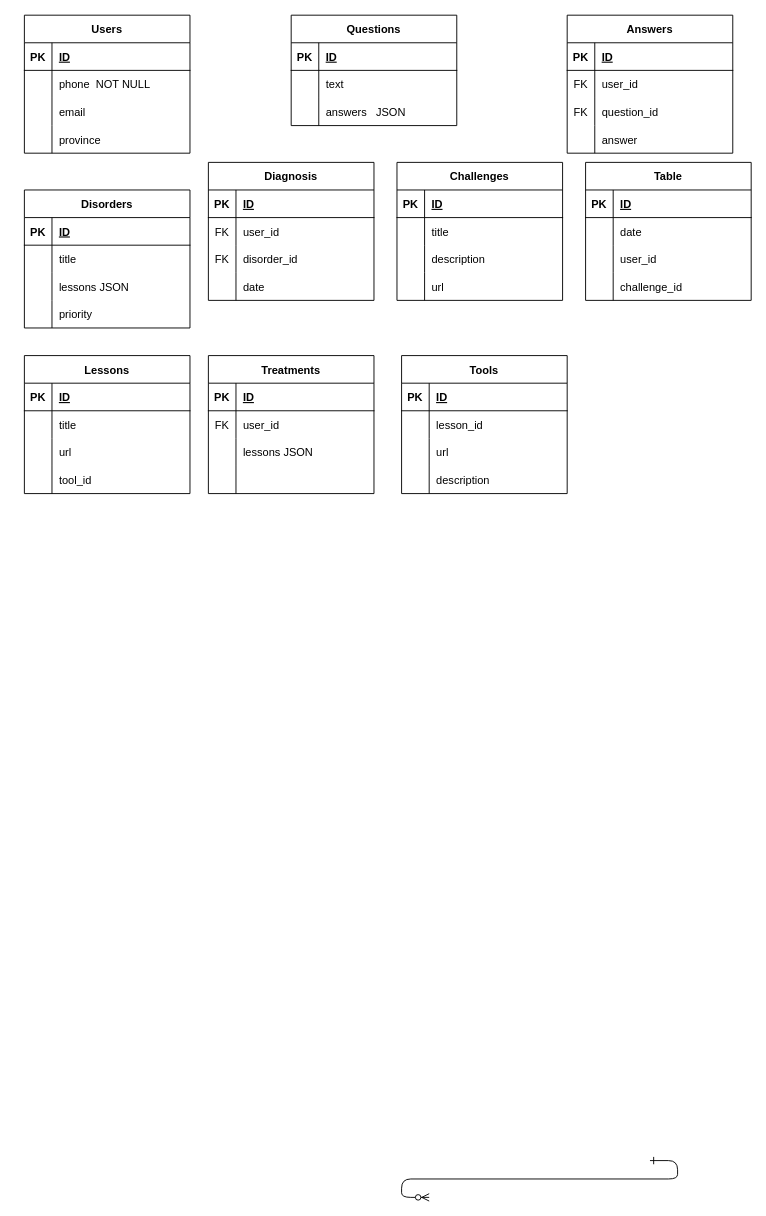
The draw.io diagram Untitled Diagram.drawio in hmpsl99/blue_back, before the edit. Source tidied: cells renumbered, new cells numbered last; positions are measured from the earlier drawing's top-left corner, leaving out a move shared by most shapes. Both pictures are drawn from the tidied source at 92%, with x=0, y=0 at pixel (24, 15).
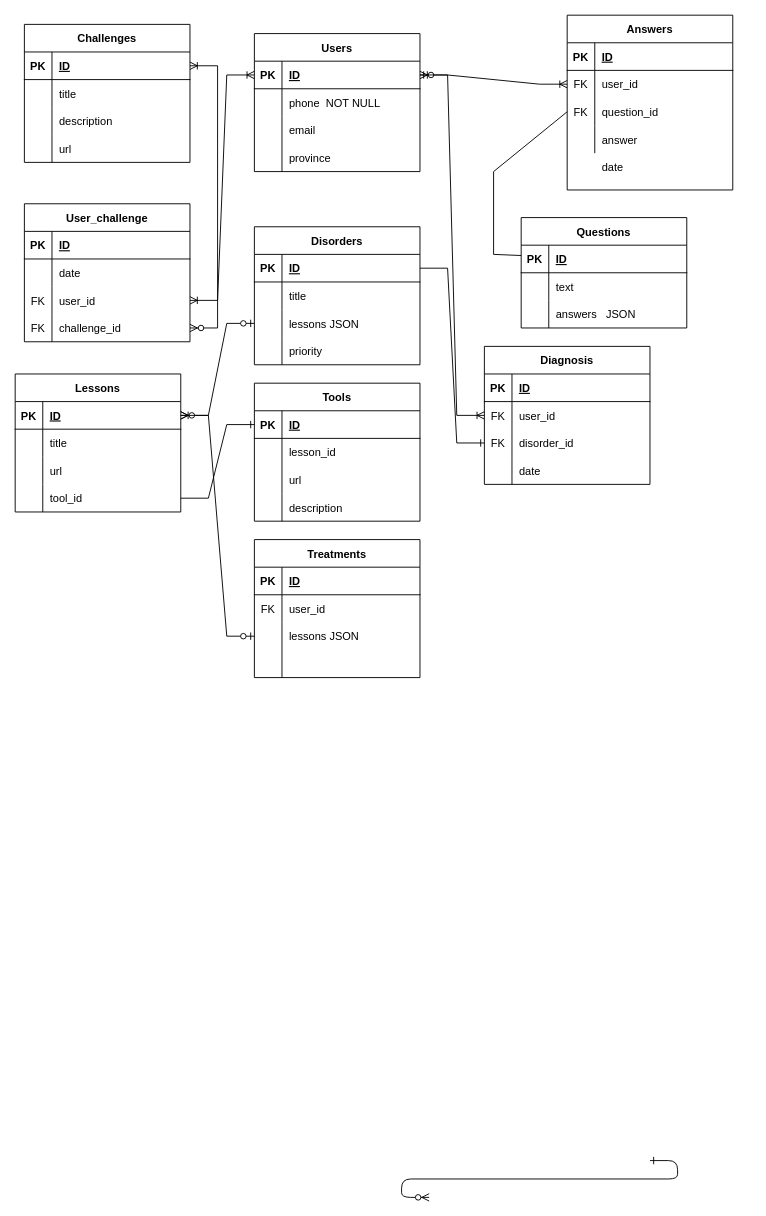
The same page after the edit.

The change refers to these unchanged cells:
```xml
<mxCell id="4" style="shape=tableRow;horizontal=0;startSize=0;swimlaneHead=0;swimlaneBody=0;fillColor=none;points=[[0,0.5],[1,0.5]];portConstraint=eastwest;top=0;left=0;right=0;bottom=1;" parent="3" vertex="1">
  <mxGeometry y="30" width="180" height="30" as="geometry" />
</mxCell>
<mxCell id="17" style="shape=tableRow;horizontal=0;startSize=0;swimlaneHead=0;swimlaneBody=0;fillColor=none;points=[[0,0.5],[1,0.5]];portConstraint=eastwest;top=0;left=0;right=0;bottom=1;" parent="16" vertex="1">
  <mxGeometry y="30" width="180" height="30" as="geometry" />
</mxCell>
<mxCell id="30" style="shape=tableRow;horizontal=0;startSize=0;swimlaneHead=0;swimlaneBody=0;fillColor=none;points=[[0,0.5],[1,0.5]];portConstraint=eastwest;top=0;left=0;right=0;bottom=0;" parent="26" vertex="1">
  <mxGeometry y="60" width="180" height="30" as="geometry" />
</mxCell>
<mxCell id="33" style="shape=tableRow;horizontal=0;startSize=0;swimlaneHead=0;swimlaneBody=0;fillColor=none;points=[[0,0.5],[1,0.5]];portConstraint=eastwest;top=0;left=0;right=0;bottom=0;" parent="26" vertex="1">
  <mxGeometry y="90" width="180" height="30" as="geometry" />
</mxCell>
<mxCell id="40" style="shape=tableRow;horizontal=0;startSize=0;swimlaneHead=0;swimlaneBody=0;fillColor=none;points=[[0,0.5],[1,0.5]];portConstraint=eastwest;top=0;left=0;right=0;bottom=1;" parent="39" vertex="1">
  <mxGeometry y="30" width="180" height="30" as="geometry" />
</mxCell>
<mxCell id="46" style="shape=tableRow;horizontal=0;startSize=0;swimlaneHead=0;swimlaneBody=0;fillColor=none;points=[[0,0.5],[1,0.5]];portConstraint=eastwest;top=0;left=0;right=0;bottom=0;" parent="39" vertex="1">
  <mxGeometry y="90" width="180" height="30" as="geometry" />
</mxCell>
<mxCell id="56" style="shape=tableRow;horizontal=0;startSize=0;swimlaneHead=0;swimlaneBody=0;fillColor=none;points=[[0,0.5],[1,0.5]];portConstraint=eastwest;top=0;left=0;right=0;bottom=0;" parent="52" vertex="1">
  <mxGeometry y="60" width="180" height="30" as="geometry" />
</mxCell>
<mxCell id="59" style="shape=tableRow;horizontal=0;startSize=0;swimlaneHead=0;swimlaneBody=0;fillColor=none;points=[[0,0.5],[1,0.5]];portConstraint=eastwest;top=0;left=0;right=0;bottom=0;" parent="52" vertex="1">
  <mxGeometry y="90" width="180" height="30" as="geometry" />
</mxCell>
<mxCell id="66" style="shape=tableRow;horizontal=0;startSize=0;swimlaneHead=0;swimlaneBody=0;fillColor=none;points=[[0,0.5],[1,0.5]];portConstraint=eastwest;top=0;left=0;right=0;bottom=1;" parent="65" vertex="1">
  <mxGeometry y="30" width="180" height="30" as="geometry" />
</mxCell>
<mxCell id="79" style="shape=tableRow;horizontal=0;startSize=0;swimlaneHead=0;swimlaneBody=0;fillColor=none;points=[[0,0.5],[1,0.5]];portConstraint=eastwest;top=0;left=0;right=0;bottom=1;" parent="78" vertex="1">
  <mxGeometry y="30" width="180" height="30" as="geometry" />
</mxCell>
<mxCell id="88" style="shape=tableRow;horizontal=0;startSize=0;swimlaneHead=0;swimlaneBody=0;fillColor=none;points=[[0,0.5],[1,0.5]];portConstraint=eastwest;top=0;left=0;right=0;bottom=0;" parent="78" vertex="1">
  <mxGeometry y="120" width="180" height="30" as="geometry" />
</mxCell>
<mxCell id="98" style="shape=tableRow;horizontal=0;startSize=0;swimlaneHead=0;swimlaneBody=0;fillColor=none;points=[[0,0.5],[1,0.5]];portConstraint=eastwest;top=0;left=0;right=0;bottom=0;" parent="91" vertex="1">
  <mxGeometry y="90" width="180" height="30" as="geometry" />
</mxCell>
<mxCell id="105" style="shape=tableRow;horizontal=0;startSize=0;swimlaneHead=0;swimlaneBody=0;fillColor=none;points=[[0,0.5],[1,0.5]];portConstraint=eastwest;top=0;left=0;right=0;bottom=1;" parent="104" vertex="1">
  <mxGeometry y="30" width="180" height="30" as="geometry" />
</mxCell>
<mxCell id="124" style="shape=tableRow;horizontal=0;startSize=0;swimlaneHead=0;swimlaneBody=0;fillColor=none;points=[[0,0.5],[1,0.5]];portConstraint=eastwest;top=0;left=0;right=0;bottom=0;" parent="117" vertex="1">
  <mxGeometry y="90" width="180" height="30" as="geometry" />
</mxCell>
<mxCell id="127" style="shape=tableRow;horizontal=0;startSize=0;swimlaneHead=0;swimlaneBody=0;fillColor=none;points=[[0,0.5],[1,0.5]];portConstraint=eastwest;top=0;left=0;right=0;bottom=0;" parent="117" vertex="1">
  <mxGeometry y="120" width="180" height="30" as="geometry" />
</mxCell>
```

The edit, as a diff of the source:
```diff
@@
     <mxCell id="3" value="Users" style="shape=table;startSize=30;childLayout=tableLayout;rowLines=0;fontStyle=1;align=center;" parent="1" vertex="1">
-      <mxGeometry width="180" height="150" as="geometry" />
+      <mxGeometry x="250" y="20" width="180" height="150" as="geometry" />
     </mxCell>
@@
     <mxCell id="16" value="Questions" style="shape=table;startSize=30;childLayout=tableLayout;rowLines=0;fontStyle=1;align=center;" parent="1" vertex="1">
-      <mxGeometry x="290" width="180" height="120" as="geometry" />
+      <mxGeometry x="540" y="220" width="180" height="120" as="geometry" />
     </mxCell>
@@
     <mxCell id="26" value="Answers" style="shape=table;startSize=30;childLayout=tableLayout;rowLines=0;fontStyle=1;align=center;" parent="1" vertex="1">
-      <mxGeometry x="590" width="180" height="150" as="geometry" />
+      <mxGeometry x="590" width="180" height="190" as="geometry" />
     </mxCell>
@@
     <mxCell id="39" value="Disorders" style="shape=table;startSize=30;childLayout=tableLayout;rowLines=0;fontStyle=1;align=center;" parent="1" vertex="1">
-      <mxGeometry y="190" width="180" height="150" as="geometry" />
+      <mxGeometry x="250" y="230" width="180" height="150" as="geometry" />
     </mxCell>
@@
     <mxCell id="52" value="Diagnosis" style="shape=table;startSize=30;childLayout=tableLayout;rowLines=0;fontStyle=1;align=center;" parent="1" vertex="1">
-      <mxGeometry x="200" y="160" width="180" height="150" as="geometry" />
+      <mxGeometry x="500" y="360" width="180" height="150" as="geometry" />
     </mxCell>
@@
     <mxCell id="65" value="Challenges" style="shape=table;startSize=30;childLayout=tableLayout;rowLines=0;fontStyle=1;align=center;" parent="1" vertex="1">
-      <mxGeometry x="405" y="160" width="180" height="150" as="geometry" />
+      <mxGeometry y="10" width="180" height="150" as="geometry" />
     </mxCell>
@@
     <mxCell id="78" value="Lessons" style="shape=table;startSize=30;childLayout=tableLayout;rowLines=0;fontStyle=1;align=center;" parent="1" vertex="1">
-      <mxGeometry y="370" width="180" height="150" as="geometry" />
+      <mxGeometry x="-10" y="390" width="180" height="150" as="geometry" />
     </mxCell>
@@
     <mxCell id="91" value="Treatments" style="shape=table;startSize=30;childLayout=tableLayout;rowLines=0;fontStyle=1;align=center;" parent="1" vertex="1">
-      <mxGeometry x="200" y="370" width="180" height="150" as="geometry" />
+      <mxGeometry x="250" y="570" width="180" height="150" as="geometry" />
     </mxCell>
@@
     <mxCell id="104" value="Tools" style="shape=table;startSize=30;childLayout=tableLayout;rowLines=0;fontStyle=1;align=center;" parent="1" vertex="1">
-      <mxGeometry x="410" y="370" width="180" height="150" as="geometry" />
+      <mxGeometry x="250" y="400" width="180" height="150" as="geometry" />
     </mxCell>
@@
-    <mxCell id="117" value="Table" style="shape=table;startSize=30;childLayout=tableLayout;rowLines=0;fontStyle=1;align=center;" parent="1" vertex="1">
-      <mxGeometry x="610" y="160" width="180" height="150" as="geometry" />
+    <mxCell id="117" value="User_challenge" style="shape=table;startSize=30;childLayout=tableLayout;rowLines=0;fontStyle=1;align=center;" parent="1" vertex="1">
+      <mxGeometry y="205" width="180" height="150" as="geometry" />
     </mxCell>
@@
-    <mxCell id="125" style="shape=partialRectangle;fillColor=none;top=0;left=0;bottom=0;right=0;overflow=hidden;" parent="124" vertex="1">
+    <mxCell id="125" value="FK" style="shape=partialRectangle;fillColor=none;top=0;left=0;bottom=0;right=0;overflow=hidden;" parent="124" vertex="1">
       <mxGeometry width="30" height="30" as="geometry" />
     </mxCell>
@@
-    <mxCell id="128" style="shape=partialRectangle;fillColor=none;top=0;left=0;bottom=0;right=0;overflow=hidden;" parent="127" vertex="1">
+    <mxCell id="128" value="FK" style="shape=partialRectangle;fillColor=none;top=0;left=0;bottom=0;right=0;overflow=hidden;" parent="127" vertex="1">
       <mxGeometry width="30" height="30" as="geometry" />
     </mxCell>
@@
+    <mxCell id="130" value="date" style="shape=partialRectangle;fillColor=none;top=0;left=0;bottom=0;right=0;align=left;spacingLeft=6;overflow=hidden;" parent="1" vertex="1">
+      <mxGeometry x="620" y="150" width="150" height="30" as="geometry" />
+    </mxCell>
+    <mxCell id="131" style="edgeStyle=entityRelationEdgeStyle;fontSize=12;html=1;endArrow=ERzeroToMany;startArrow=ERzeroToOne;rounded=0;exitX=0;exitY=0.5;exitDx=0;exitDy=0;" parent="1" edge="1" source="46" target="79">
+      <mxGeometry relative="1" as="geometry" />
+    </mxCell>
+    <mxCell id="132" style="edgeStyle=entityRelationEdgeStyle;fontSize=12;html=1;endArrow=ERone;endFill=1;rounded=0;" parent="1" edge="1" source="88" target="105">
+      <mxGeometry relative="1" as="geometry" />
+    </mxCell>
+    <mxCell id="133" style="edgeStyle=entityRelationEdgeStyle;fontSize=12;html=1;endArrow=ERone;endFill=1;rounded=0;exitX=1;exitY=0.5;exitDx=0;exitDy=0;" parent="1" edge="1" source="40" target="59">
+      <mxGeometry relative="1" as="geometry" />
+    </mxCell>
+    <mxCell id="134" style="edgeStyle=entityRelationEdgeStyle;fontSize=12;html=1;endArrow=ERoneToMany;startArrow=ERzeroToOne;rounded=0;exitX=1;exitY=0.5;exitDx=0;exitDy=0;" parent="1" edge="1" source="4" target="56">
+      <mxGeometry relative="1" as="geometry" />
+    </mxCell>
+    <mxCell id="135" style="edgeStyle=entityRelationEdgeStyle;fontSize=12;html=1;endArrow=ERoneToMany;startArrow=ERzeroToOne;rounded=0;" parent="1" edge="1" source="98" target="79">
+      <mxGeometry relative="1" as="geometry" />
+    </mxCell>
+    <mxCell id="136" style="edgeStyle=entityRelationEdgeStyle;fontSize=12;html=1;endArrow=ERoneToMany;startArrow=ERzeroToMany;rounded=0;" parent="1" edge="1" source="127" target="66">
+      <mxGeometry relative="1" as="geometry" />
+    </mxCell>
+    <mxCell id="137" style="edgeStyle=entityRelationEdgeStyle;fontSize=12;html=1;endArrow=ERoneToMany;startArrow=ERoneToMany;rounded=0;" parent="1" edge="1" source="124" target="4">
+      <mxGeometry relative="1" as="geometry" />
+    </mxCell>
+    <mxCell id="138" style="edgeStyle=entityRelationEdgeStyle;fontSize=12;html=1;endArrow=ERoneToMany;startArrow=ERoneToMany;rounded=0;" parent="1" edge="1" source="4" target="30">
+      <mxGeometry relative="1" as="geometry" />
+    </mxCell>
+    <mxCell id="139" style="endArrow=none;html=1;rounded=0;exitX=0;exitY=0.5;exitDx=0;exitDy=0;" parent="1" edge="1" source="33" target="17">
+      <mxGeometry relative="1" as="geometry">
+        <Array as="points">
+          <mxPoint x="510" y="170" />
+          <mxPoint x="510" y="260" />
+        </Array>
+      </mxGeometry>
+    </mxCell>
```
